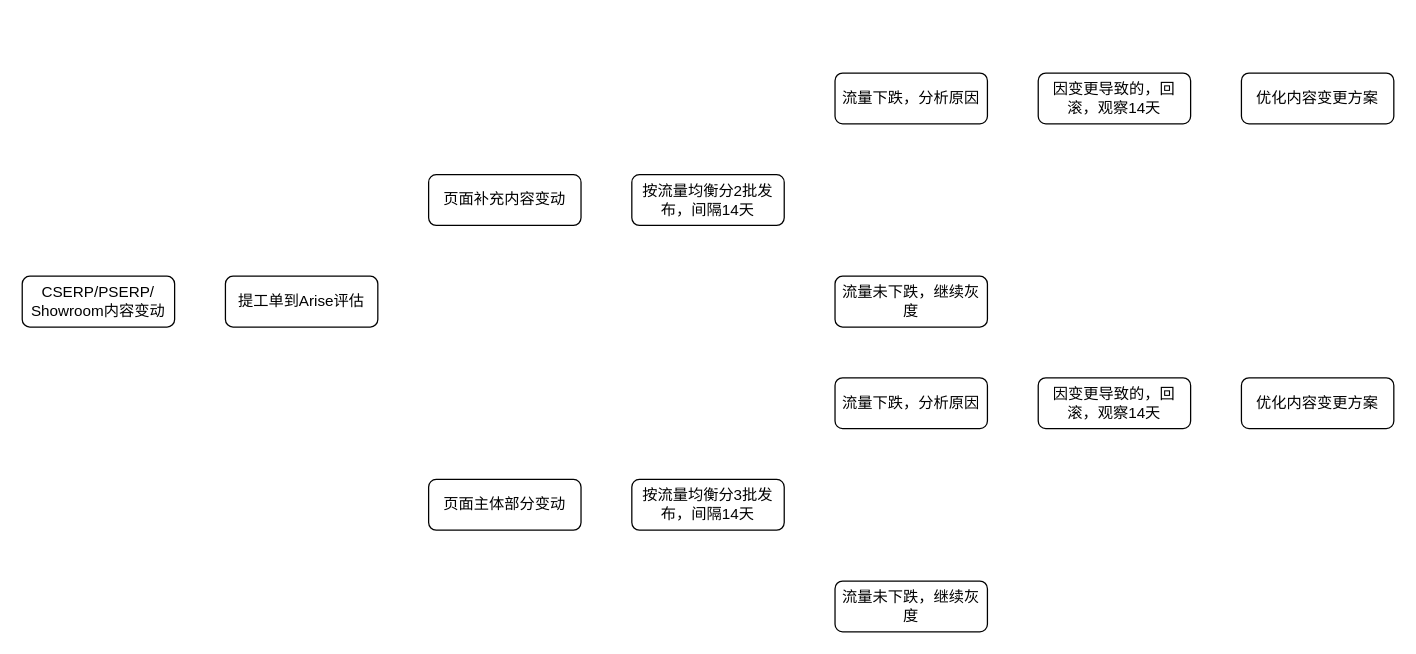
Earlier version of the draw.io diagram drawio/页面变动灰度方案.drawio (VisableHarry/seo-drawio). Source tidied: cells renumbered, new cells numbered last; positions are measured from the earlier drawing's top-left corner, leaving out a move shared by most shapes. Both pictures are drawn from the tidied source at 127%, with x=0, y=0 at pixel (22, 72).
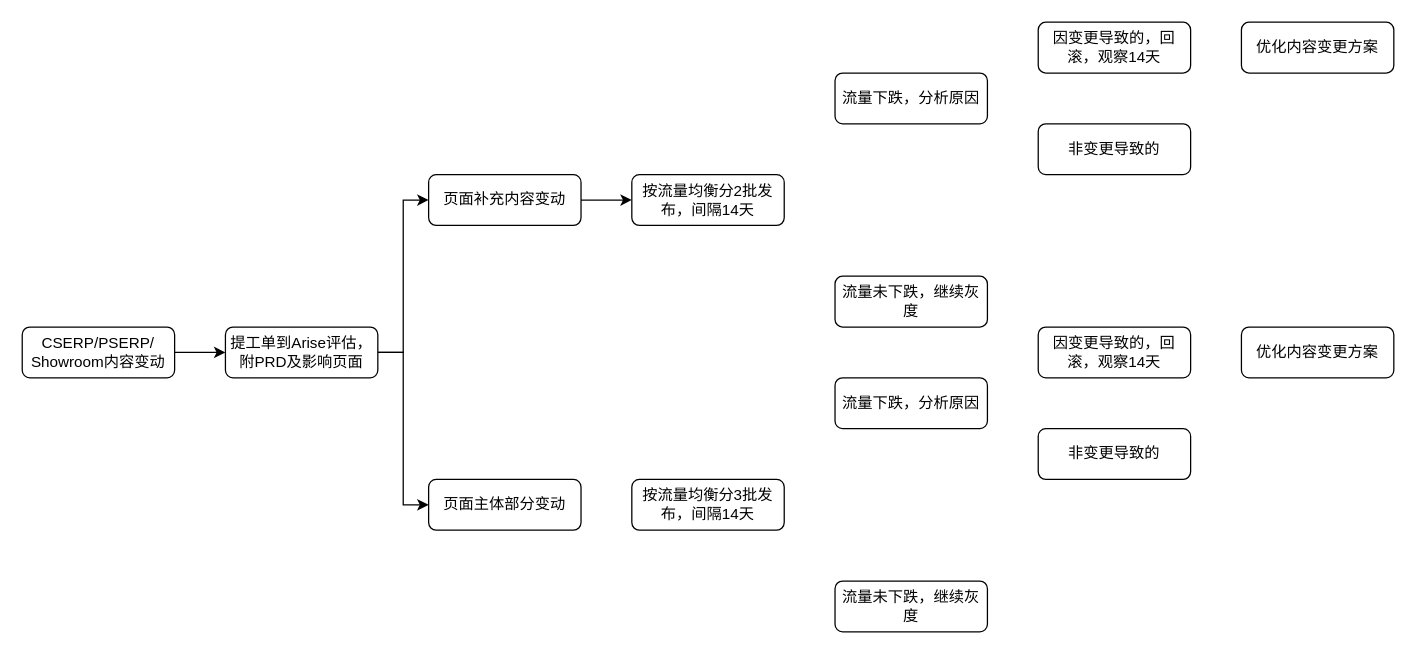
The same page after the edit.

Commit message (it also covers changes not shown here):
更新页面变动灰度方案.drawio

Unchanged cells that the change refers to:
```xml
<mxCell id="4" value="页面补充内容变动" style="rounded=1;whiteSpace=wrap;html=1;" parent="1" vertex="1">
  <mxGeometry x="320" y="80" width="120" height="40" as="geometry" />
</mxCell>
<mxCell id="5" value="页面主体部分变动" style="rounded=1;whiteSpace=wrap;html=1;" parent="1" vertex="1">
  <mxGeometry x="320" y="320" width="120" height="40" as="geometry" />
</mxCell>
<mxCell id="6" value="按流量均衡分2批发布，间隔14天" style="rounded=1;whiteSpace=wrap;html=1;" parent="1" vertex="1">
  <mxGeometry x="480" y="80" width="120" height="40" as="geometry" />
</mxCell>
```

What changed in the source:
```diff
@@
+    <mxCell id="16" style="edgeStyle=orthogonalEdgeStyle;rounded=0;jettySize=auto;html=1;exitX=1;exitY=0.5;exitDx=0;exitDy=0;entryX=0;entryY=0.5;entryDx=0;entryDy=0;" parent="1" edge="1" source="2" target="3">
+      <mxGeometry relative="1" as="geometry" />
+    </mxCell>
     <mxCell id="2" value="CSERP/PSERP/&lt;div&gt;Showroom内容变动&lt;/div&gt;" style="rounded=1;whiteSpace=wrap;html=1;" parent="1" vertex="1">
-      <mxGeometry y="160" width="120" height="40" as="geometry" />
+      <mxGeometry y="200" width="120" height="40" as="geometry" />
     </mxCell>
+    <mxCell id="17" style="edgeStyle=orthogonalEdgeStyle;rounded=0;jettySize=auto;html=1;exitX=1;exitY=0.5;exitDx=0;exitDy=0;entryX=0;entryY=0.5;entryDx=0;entryDy=0;" parent="1" edge="1" source="3" target="4">
+      <mxGeometry relative="1" as="geometry" />
+    </mxCell>
+    <mxCell id="18" style="edgeStyle=orthogonalEdgeStyle;rounded=0;jettySize=auto;html=1;exitX=1;exitY=0.5;exitDx=0;exitDy=0;entryX=0;entryY=0.5;entryDx=0;entryDy=0;" parent="1" edge="1" source="3" target="5">
+      <mxGeometry relative="1" as="geometry" />
+    </mxCell>
-    <mxCell id="3" value="提工单到Arise评估" style="rounded=1;whiteSpace=wrap;html=1;" parent="1" vertex="1">
-      <mxGeometry x="160" y="160" width="120" height="40" as="geometry" />
+    <mxCell id="3" value="提工单到Arise评估，附PRD及影响页面" style="rounded=1;whiteSpace=wrap;html=1;" parent="1" vertex="1">
+      <mxGeometry x="160" y="200" width="120" height="40" as="geometry" />
     </mxCell>
+    <mxCell id="19" style="edgeStyle=orthogonalEdgeStyle;rounded=0;jettySize=auto;html=1;exitX=1;exitY=0.5;exitDx=0;exitDy=0;entryX=0;entryY=0.5;entryDx=0;entryDy=0;" parent="1" edge="1" source="4" target="6">
+      <mxGeometry relative="1" as="geometry" />
+    </mxCell>
@@
     <mxCell id="9" value="因变更导致的，回滚，观察14天" style="rounded=1;whiteSpace=wrap;html=1;" parent="1" vertex="1">
-      <mxGeometry x="800" width="120" height="40" as="geometry" />
+      <mxGeometry x="800" y="-40" width="120" height="40" as="geometry" />
     </mxCell>
     <mxCell id="10" value="优化内容变更方案" style="rounded=1;whiteSpace=wrap;html=1;" parent="1" vertex="1">
-      <mxGeometry x="960" width="120" height="40" as="geometry" />
+      <mxGeometry x="960" y="-40" width="120" height="40" as="geometry" />
     </mxCell>
@@
     <mxCell id="14" value="因变更导致的，回滚，观察14天" style="rounded=1;whiteSpace=wrap;html=1;" parent="1" vertex="1">
-      <mxGeometry x="800" y="240" width="120" height="40" as="geometry" />
+      <mxGeometry x="800" y="200" width="120" height="40" as="geometry" />
     </mxCell>
     <mxCell id="15" value="优化内容变更方案" style="rounded=1;whiteSpace=wrap;html=1;" parent="1" vertex="1">
-      <mxGeometry x="960" y="240" width="120" height="40" as="geometry" />
+      <mxGeometry x="960" y="200" width="120" height="40" as="geometry" />
     </mxCell>
+    <mxCell id="20" value="非变更导致的" style="rounded=1;whiteSpace=wrap;html=1;" parent="1" vertex="1">
+      <mxGeometry x="800" y="40" width="120" height="40" as="geometry" />
+    </mxCell>
+    <mxCell id="21" value="非变更导致的" style="rounded=1;whiteSpace=wrap;html=1;" parent="1" vertex="1">
+      <mxGeometry x="800" y="280" width="120" height="40" as="geometry" />
+    </mxCell>
```
